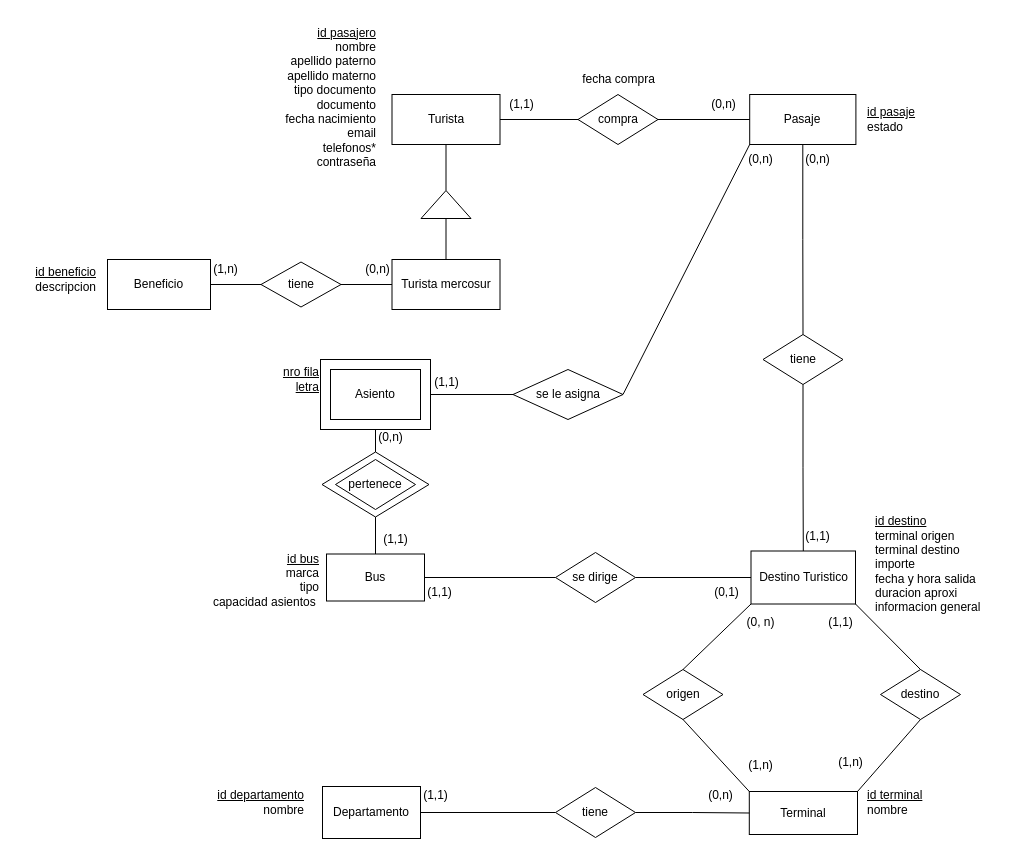
Above: page "MER" (1 of 4) of obligatorio/mer y mr bdd 1 obligatorio.drawio in duermomal/BDD1 (draw.io), before the change. Source tidied: cells renumbered, new cells numbered last; positions are measured from the earlier drawing's top-left corner, leaving out a move shared by most shapes. Both pictures are drawn from the tidied source at 100%, with x=0, y=0 at pixel (17, 16).
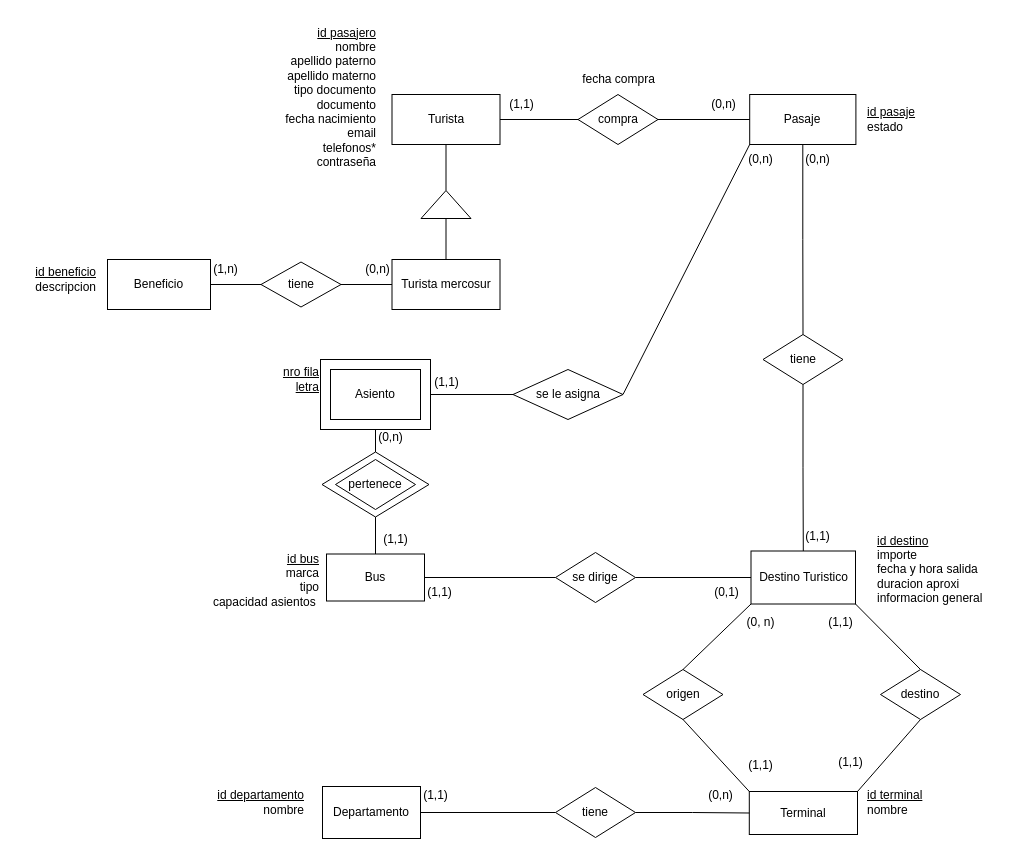
The same page after the edit.

Diff of the diagram source:
```diff
@@
-    <mxCell id="8" value="&lt;span style=&quot;background-color: initial;&quot;&gt;&lt;u&gt;id destino&lt;/u&gt;&lt;/span&gt;&lt;div&gt;&lt;span style=&quot;background-color: initial;&quot;&gt;terminal origen&lt;/span&gt;&lt;br&gt;&lt;span style=&quot;background-color: initial;&quot;&gt;terminal destino&lt;/span&gt;&lt;br&gt;&lt;span style=&quot;background-color: initial;&quot;&gt;importe&lt;/span&gt;&lt;br&gt;&lt;span style=&quot;background-color: initial;&quot;&gt;fecha y hora salida&lt;/span&gt;&lt;br&gt;&lt;span style=&quot;background-color: initial;&quot;&gt;duracion aproxi&lt;/span&gt;&lt;/div&gt;&lt;div&gt;&lt;span style=&quot;background-color: initial;&quot;&gt;informacion general&lt;/span&gt;&lt;/div&gt;" style="text;html=1;align=left;verticalAlign=middle;strokeColor=none;fillColor=none;" parent="1" vertex="1">
-      <mxGeometry x="855.5" y="493" width="130" height="110" as="geometry" />
+    <mxCell id="8" value="&lt;span style=&quot;background-color: initial;&quot;&gt;&lt;u&gt;id destino&lt;/u&gt;&lt;/span&gt;&lt;div&gt;&lt;span style=&quot;background-color: initial;&quot;&gt;importe&lt;/span&gt;&lt;br&gt;&lt;span style=&quot;background-color: initial;&quot;&gt;fecha y hora salida&lt;/span&gt;&lt;br&gt;&lt;span style=&quot;background-color: initial;&quot;&gt;duracion aproxi&lt;/span&gt;&lt;/div&gt;&lt;div&gt;&lt;span style=&quot;background-color: initial;&quot;&gt;informacion general&lt;/span&gt;&lt;/div&gt;" style="text;html=1;align=left;verticalAlign=middle;strokeColor=none;fillColor=none;" parent="1" vertex="1">
+      <mxGeometry x="858" y="507.5" width="130" height="90" as="geometry" />
     </mxCell>
@@
-    <mxCell id="47" value="(1,n)" style="text;html=1;align=center;verticalAlign=middle;strokeColor=none;fillColor=none;" parent="1" vertex="1">
+    <mxCell id="47" value="(1,1)" style="text;html=1;align=center;verticalAlign=middle;strokeColor=none;fillColor=none;" parent="1" vertex="1">
       <mxGeometry x="718" y="734" width="50" height="30" as="geometry" />
     </mxCell>
-    <mxCell id="48" value="(1,n)" style="text;html=1;align=center;verticalAlign=middle;strokeColor=none;fillColor=none;" parent="1" vertex="1">
+    <mxCell id="48" value="(1,1)" style="text;html=1;align=center;verticalAlign=middle;strokeColor=none;fillColor=none;" parent="1" vertex="1">
       <mxGeometry x="808" y="731" width="50" height="30" as="geometry" />
     </mxCell>
```
